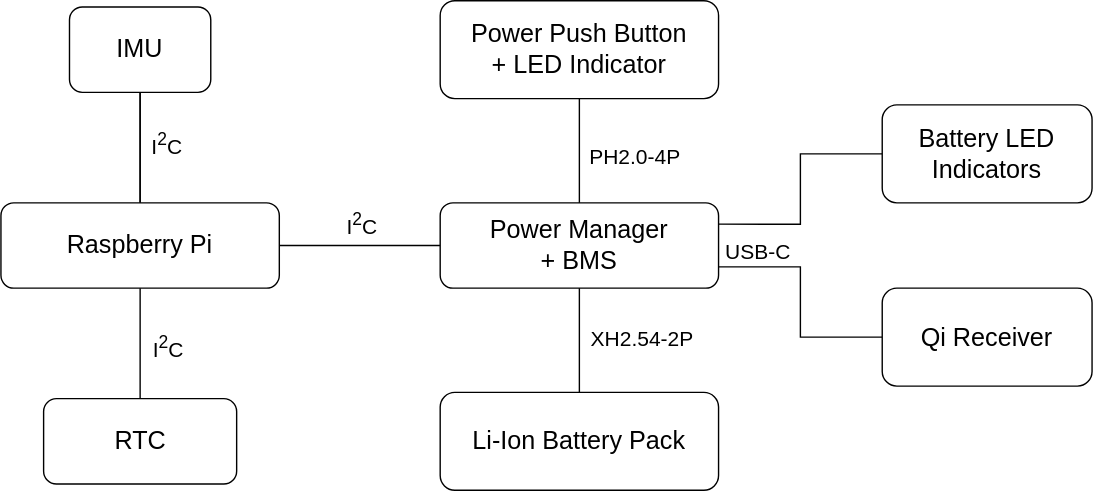
Before: SailTrack Core/hardware-diagram.svg, a diagram exported from draw.io (metisvela/sailtrack). Source tidied: cells renumbered, new cells last; positions are measured from the earlier drawing's top-left corner, leaving out a move shared by most shapes.
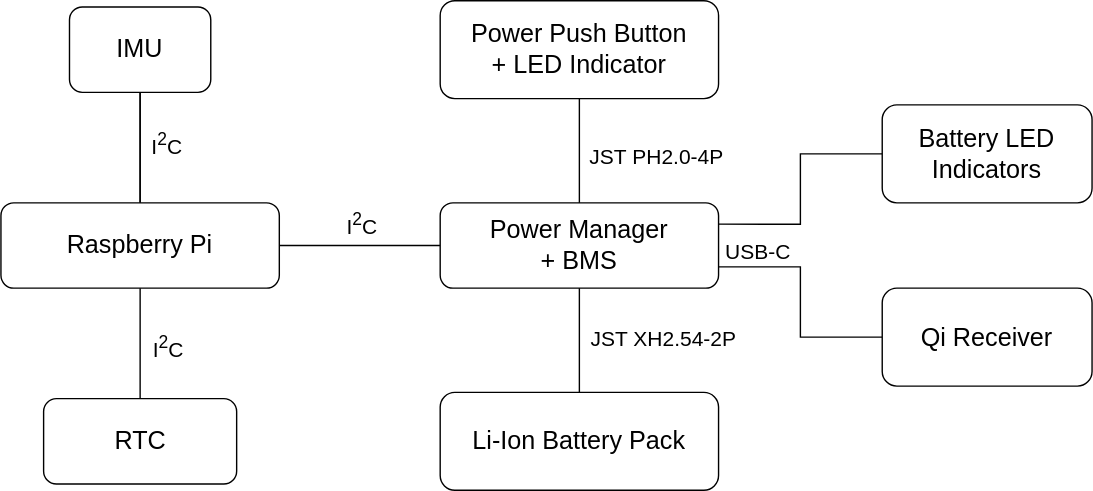
Later version of the same file.

What changed in the source:
```diff
@@ -33,7 +33,7 @@
     <mxCell id="10" style="edgeStyle=orthogonalEdgeStyle;rounded=0;jettySize=auto;html=1;exitX=0.5;exitY=0;exitDx=0;exitDy=0;entryX=0.5;entryY=1;entryDx=0;entryDy=0;endArrow=none;endFill=0;fontSize=18;" parent="1" edge="1" source="12" target="9">
       <mxGeometry relative="1" as="geometry" />
     </mxCell>
-    <mxCell id="11" value="XH2.54-2P" style="edgeLabel;html=1;align=left;verticalAlign=middle;fontSize=15;" parent="10" vertex="1">
+    <mxCell id="11" value="JST XH2.54-2P" style="edgeLabel;html=1;align=left;verticalAlign=middle;fontSize=15;" parent="10" vertex="1">
       <mxGeometry x="0.07" y="-5" relative="1" as="geometry">
         <mxPoint x="1" as="offset" />
       </mxGeometry>
@@ -44,7 +44,7 @@
     <mxCell id="13" style="edgeStyle=orthogonalEdgeStyle;rounded=0;jettySize=auto;html=1;exitX=0.5;exitY=1;exitDx=0;exitDy=0;entryX=0.5;entryY=0;entryDx=0;entryDy=0;endArrow=none;endFill=0;fontSize=18;" parent="1" edge="1" source="15" target="9">
       <mxGeometry relative="1" as="geometry" />
     </mxCell>
-    <mxCell id="14" value="PH2.0-4P" style="edgeLabel;html=1;align=left;verticalAlign=middle;fontSize=15;" parent="13" vertex="1">
+    <mxCell id="14" value="JST&amp;nbsp;PH2.0-4P" style="edgeLabel;html=1;align=left;verticalAlign=middle;fontSize=15;" parent="13" vertex="1">
       <mxGeometry x="-0.25" y="4" relative="1" as="geometry">
         <mxPoint x="1" y="12" as="offset" />
       </mxGeometry>
```
